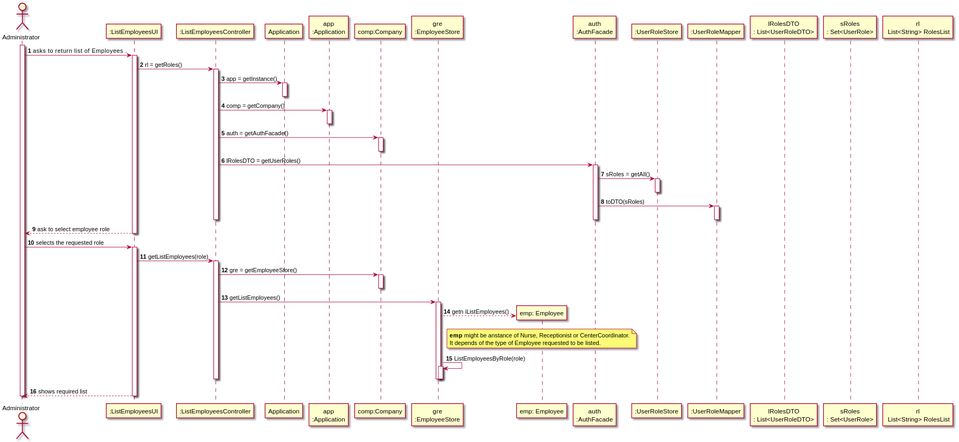
This is docs/SprintB/UserStories/US11/US11_SD.svg from diogonapoles/isep-lapr2, a PlantUML export, as it was before one commit.
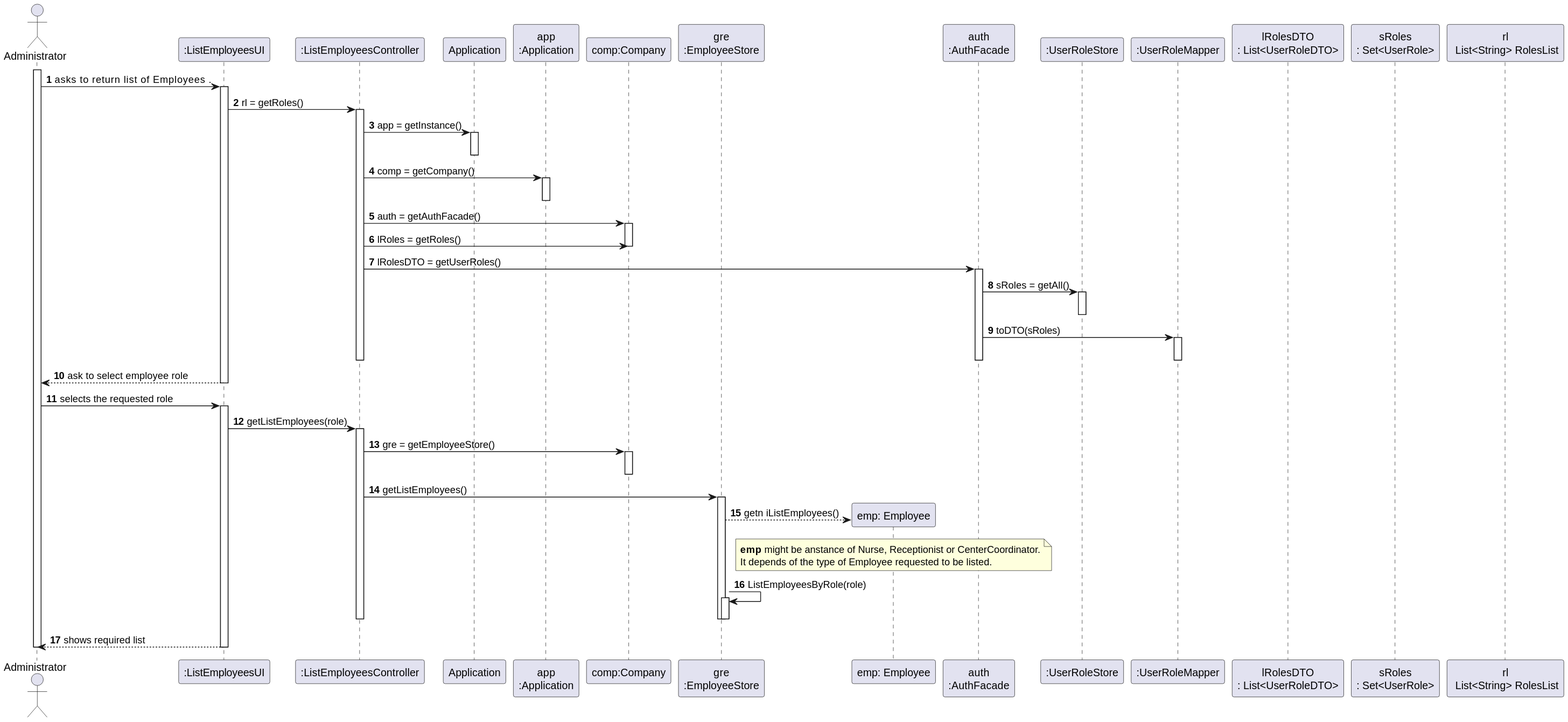
Later version of the same file.

The edit, as a diff of the source:
```diff
@@ -39,7 +39,11 @@
 
 CTRL -> COMP: auth = getAuthFacade()
 activate COMP
+
+
+CTRL -> COMP: lRoles = getRoles()
 deactivate COMP
+
 
 CTRL -> AF : lRolesDTO = getUserRoles()
 activate AF
```
